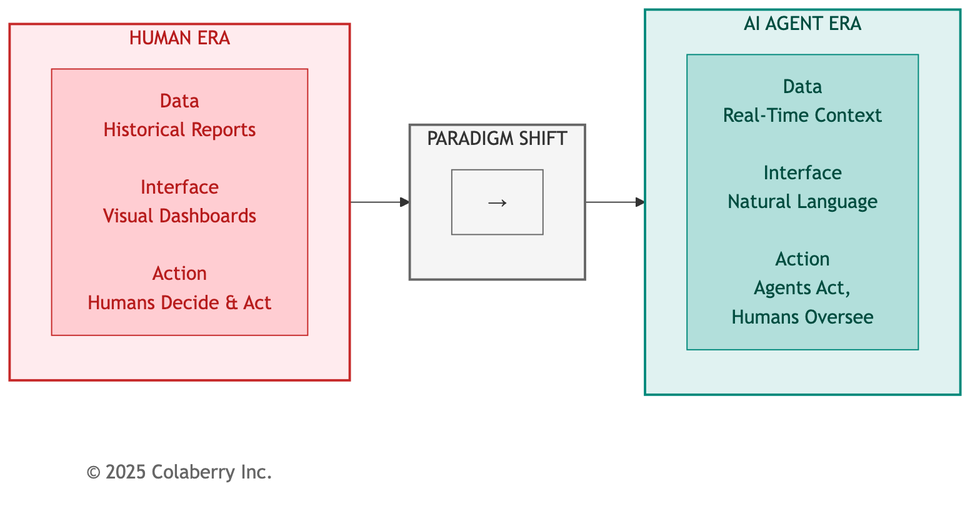
Earlier version of the Mermaid export manuscript/figures/01_chapter_0_trust_before_intelligence-diagram-02.png (saitejesh-cyber/trust-before-intelligence-book). Its source is kept beside it as mermaid-source/01_chapter_0_trust_before_intelligence-diagram-02.mmd. Source of this version:
```mermaid
graph LR
    subgraph HumanEra["HUMAN ERA"]
        direction TB
        H1["Data<br/>Historical Reports<br/><br/>Interface<br/>Visual Dashboards<br/><br/>Action<br/>Humans Decide & Act"]
    end

    subgraph TRANSFORM["PARADIGM SHIFT"]
        direction TB
        T1["→"]
    end

    subgraph AgentEra["AI AGENT ERA"]
        direction TB
        A1["Data<br/>Real-Time Context<br/><br/>Interface<br/>Natural Language<br/><br/>Action<br/>Agents Act,<br/>Humans Oversee"]
    end

    Copyright["© 2025 Colaberry Inc."]

    HumanEra --> TRANSFORM --> AgentEra

    style HumanEra fill:#ffebee,stroke:#c62828,stroke-width:2px,color:#b71c1c
    style TRANSFORM fill:#f5f5f5,stroke:#666666,stroke-width:2px,color:#333333
    style AgentEra fill:#e0f2f1,stroke:#00897b,stroke-width:2px,color:#004d40
    style H1 fill:#ffcdd2,stroke:#c62828,color:#b71c1c
    style T1 fill:#f5f5f5,stroke:#666666,color:#333333
    style A1 fill:#b2dfdb,stroke:#00897b,color:#004d40
    style Copyright fill:#ffffff,stroke:none,color:#666666
```
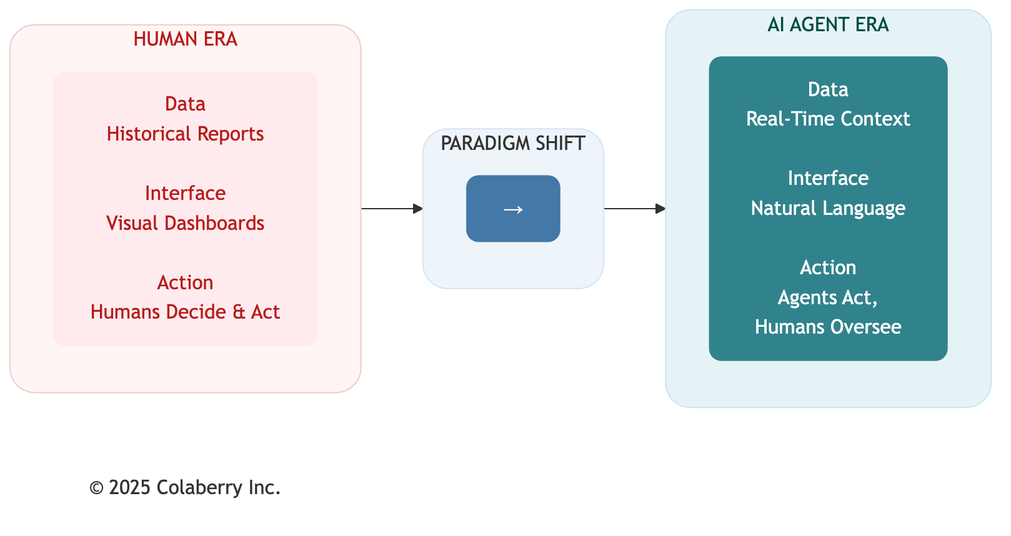
After the commit.

What changed in the source:
```diff
@@ -18,10 +18,10 @@
 
     HumanEra --> TRANSFORM --> AgentEra
 
-    style HumanEra fill:#ffebee,stroke:#c62828,stroke-width:2px,color:#b71c1c
-    style TRANSFORM fill:#f5f5f5,stroke:#666666,stroke-width:2px,color:#333333
-    style AgentEra fill:#e0f2f1,stroke:#00897b,stroke-width:2px,color:#004d40
-    style H1 fill:#ffcdd2,stroke:#c62828,color:#b71c1c
-    style T1 fill:#f5f5f5,stroke:#666666,color:#333333
-    style A1 fill:#b2dfdb,stroke:#00897b,color:#004d40
-    style Copyright fill:#ffffff,stroke:none,color:#666666
+    style HumanEra fill:#fff5f5,stroke:#f2caca,stroke-width:1px,color:#b71c1c,rx:20,ry:20
+    style H1 fill:#ffebee,stroke:none,color:#b71c1c,rx:10,ry:10
+    style TRANSFORM fill:#edf4fa,stroke:#d6e4f2,stroke-width:1px,color:#333333,rx:20,ry:20
+    style T1 fill:#4478A6,stroke:none,color:#ffffff,rx:10,ry:10
+    style AgentEra fill:#e6f3f6,stroke:#c7e3ea,stroke-width:1px,color:#004d40,rx:20,ry:20
+    style A1 fill:#30838C,stroke:none,color:#ffffff,rx:10,ry:10
+    style Copyright fill:none,stroke:none,color:#333333
```
